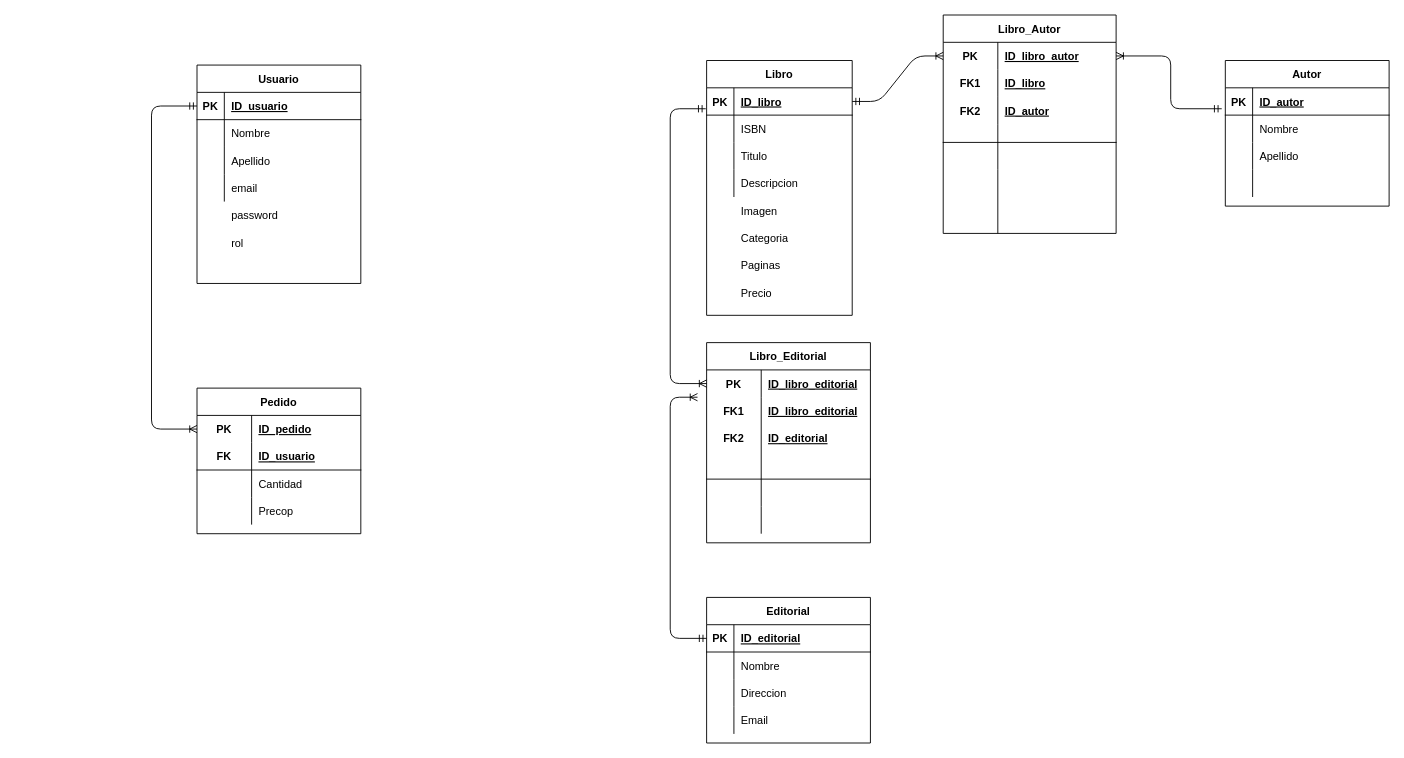
Earlier version of the draw.io diagram test.drawio (matiaspereyra123/libreria-osias). Source tidied: cells renumbered, new cells numbered last; positions are measured from the earlier drawing's top-left corner, leaving out a move shared by most shapes. Both pictures are drawn from the tidied source at 91%, with x=0, y=0 at pixel (151, 15).
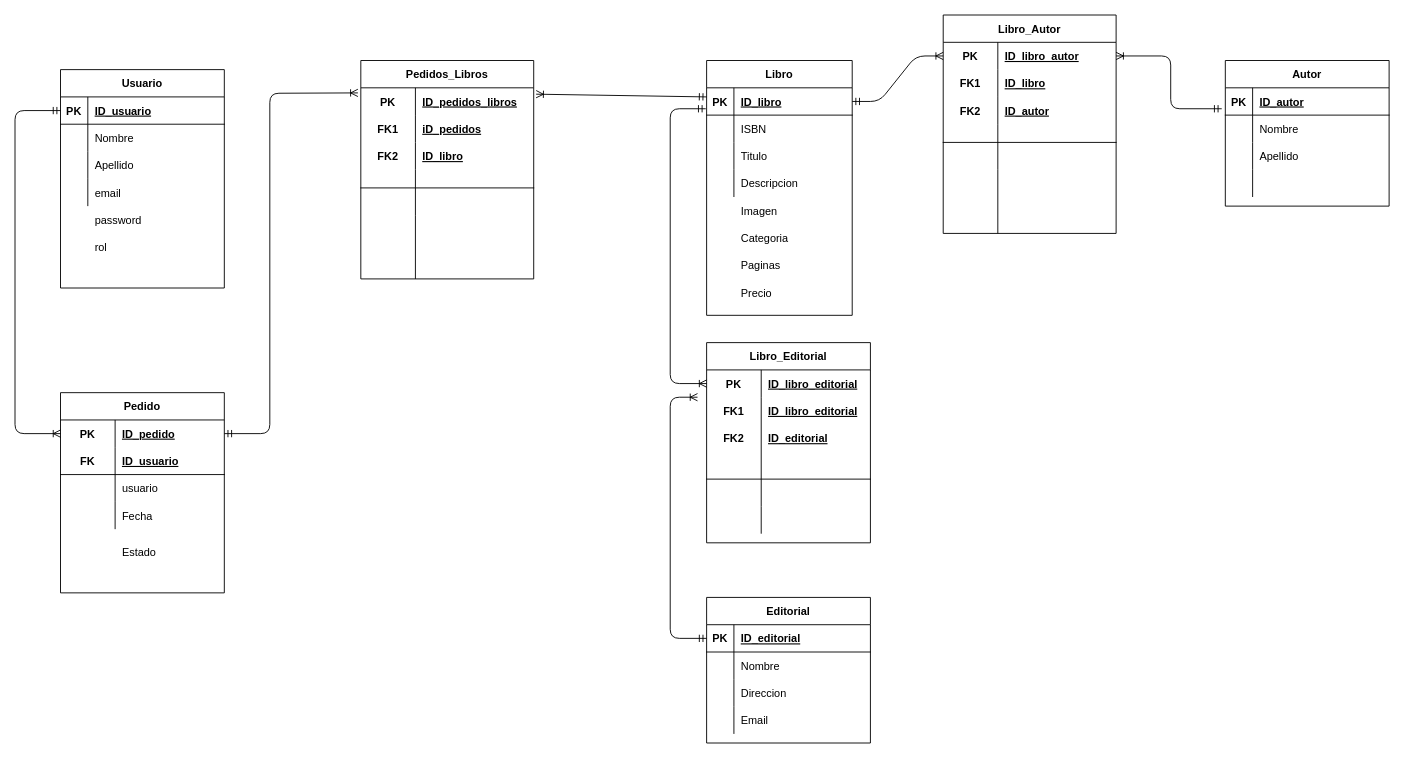
The same diagram, later.

Commit message:
Diagrama entidad relacion

The change refers to these unchanged cells:
```xml
<mxCell id="83" style="shape=partialRectangle;fillColor=none;top=0;left=0;bottom=1;right=0;points=[[0,0.5],[1,0.5]];portConstraint=eastwest;" parent="82" vertex="1">
  <mxGeometry y="30" width="180" height="30" as="geometry" />
</mxCell>
<mxCell id="102" style="shape=partialRectangle;fillColor=none;top=0;left=0;bottom=0;right=0;points=[[0,0.5],[1,0.5]];portConstraint=eastwest;" parent="101" vertex="1">
  <mxGeometry y="30" width="180" height="30" as="geometry" />
</mxCell>
<mxCell id="108" style="shape=partialRectangle;fillColor=none;top=0;left=0;bottom=0;right=0;" parent="101" vertex="1">
  <mxGeometry y="90" width="180" height="30" as="geometry" />
</mxCell>
<mxCell id="111" style="shape=partialRectangle;fillColor=none;top=0;left=0;bottom=0;right=0;" parent="101" vertex="1">
  <mxGeometry y="120" width="180" height="30" as="geometry" />
</mxCell>
```

Change to the diagram source:
```diff
@@
     <mxCell id="82" value="Usuario" style="shape=table;startSize=30;childLayout=tableLayout;rowLines=0;fontStyle=1;align=center;" parent="1" vertex="1">
-      <mxGeometry x="50" y="55" width="180" height="240" as="geometry" />
+      <mxGeometry x="-100" y="60" width="180" height="240" as="geometry" />
     </mxCell>
@@
     <mxCell id="95" style="shape=partialRectangle;fillColor=none;top=0;left=0;bottom=0;right=0;" parent="1" vertex="1">
-      <mxGeometry x="50" y="205" width="180" height="30" as="geometry" />
+      <mxGeometry x="-100" y="210" width="180" height="30" as="geometry" />
     </mxCell>
@@
     <mxCell id="98" style="shape=partialRectangle;fillColor=none;top=0;left=0;bottom=0;right=0;" parent="1" vertex="1">
-      <mxGeometry x="50" y="235" width="180" height="30" as="geometry" />
+      <mxGeometry x="-100" y="240" width="180" height="30" as="geometry" />
     </mxCell>
@@
     <mxCell id="101" value="Pedido" style="shape=table;startSize=30;childLayout=tableLayout;rowLines=0;fontStyle=1;align=center;" parent="1" vertex="1">
-      <mxGeometry x="50" y="410" width="180" height="160" as="geometry" />
+      <mxGeometry x="-100" y="415" width="180" height="220" as="geometry" />
     </mxCell>
@@
-    <mxCell id="110" value="Cantidad" style="shape=partialRectangle;fillColor=none;top=0;left=0;bottom=0;right=0;align=left;spacingLeft=6;overflow=hidden;" parent="108" vertex="1">
+    <mxCell id="110" value="usuario" style="shape=partialRectangle;fillColor=none;top=0;left=0;bottom=0;right=0;align=left;spacingLeft=6;overflow=hidden;" parent="108" vertex="1">
       <mxGeometry x="60" width="120" height="30" as="geometry" />
     </mxCell>
@@
-    <mxCell id="113" value="Precop" style="shape=partialRectangle;fillColor=none;top=0;left=0;bottom=0;right=0;align=left;spacingLeft=6;overflow=hidden;" parent="111" vertex="1">
+    <mxCell id="113" value="Fecha" style="shape=partialRectangle;fillColor=none;top=0;left=0;bottom=0;right=0;align=left;spacingLeft=6;overflow=hidden;" parent="111" vertex="1">
       <mxGeometry x="60" width="120" height="30" as="geometry" />
     </mxCell>
     <mxCell id="114" style="fontSize=12;html=1;endArrow=ERoneToMany;startArrow=ERmandOne;entryX=0;entryY=0.5;entryDx=0;entryDy=0;exitX=0;exitY=0.5;exitDx=0;exitDy=0;" parent="1" edge="1" source="83" target="102">
       <mxGeometry relative="1" as="geometry">
         <Array as="points">
-          <mxPoint y="100" />
-          <mxPoint y="455" />
+          <mxPoint x="-150" y="105" />
+          <mxPoint x="-150" y="460" />
         </Array>
       </mxGeometry>
     </mxCell>
@@
+    <mxCell id="116" value="Estado" style="shape=partialRectangle;fillColor=none;top=0;left=0;bottom=0;right=0;align=left;spacingLeft=6;overflow=hidden;" parent="1" vertex="1">
+      <mxGeometry x="-40" y="575" width="120" height="30" as="geometry" />
+    </mxCell>
+    <mxCell id="117" value="Pedidos_Libros" style="shape=table;startSize=30;childLayout=tableLayout;rowLines=0;fontStyle=1;align=center;" parent="1" vertex="1">
+      <mxGeometry x="230" y="50" width="190" height="240" as="geometry" />
+    </mxCell>
+    <mxCell id="118" style="shape=partialRectangle;fillColor=none;top=0;left=0;bottom=0;right=0;points=[[0,0.5],[1,0.5]];portConstraint=eastwest;" parent="117" vertex="1">
+      <mxGeometry y="30" width="190" height="30" as="geometry" />
+    </mxCell>
+    <mxCell id="119" value="PK" style="shape=partialRectangle;fillColor=none;top=0;left=0;bottom=0;right=0;fontStyle=1;overflow=hidden;" parent="118" vertex="1">
+      <mxGeometry width="60" height="30" as="geometry" />
+    </mxCell>
+    <mxCell id="120" value="ID_pedidos_libros" style="shape=partialRectangle;fillColor=none;top=0;left=0;bottom=0;right=0;align=left;spacingLeft=6;fontStyle=5;overflow=hidden;" parent="118" vertex="1">
+      <mxGeometry x="60" width="130" height="30" as="geometry" />
+    </mxCell>
+    <mxCell id="121" style="shape=partialRectangle;fillColor=none;top=0;left=0;bottom=0;right=0;" parent="117" vertex="1">
+      <mxGeometry y="60" width="190" height="30" as="geometry" />
+    </mxCell>
+    <mxCell id="122" value="FK1" style="shape=partialRectangle;fillColor=none;top=0;left=0;bottom=0;right=0;fontStyle=1;overflow=hidden;" parent="121" vertex="1">
+      <mxGeometry width="60" height="30" as="geometry" />
+    </mxCell>
+    <mxCell id="123" value="iD_pedidos" style="shape=partialRectangle;fillColor=none;top=0;left=0;bottom=0;right=0;align=left;spacingLeft=6;fontStyle=5;overflow=hidden;" parent="121" vertex="1">
+      <mxGeometry x="60" width="130" height="30" as="geometry" />
+    </mxCell>
+    <mxCell id="124" style="shape=partialRectangle;fillColor=none;top=0;left=0;bottom=0;right=0;" parent="117" vertex="1">
+      <mxGeometry y="90" width="190" height="30" as="geometry" />
+    </mxCell>
+    <mxCell id="125" value="FK2" style="shape=partialRectangle;fillColor=none;top=0;left=0;bottom=0;right=0;fontStyle=1;overflow=hidden;" parent="124" vertex="1">
+      <mxGeometry width="60" height="30" as="geometry" />
+    </mxCell>
+    <mxCell id="126" value="ID_libro" style="shape=partialRectangle;fillColor=none;top=0;left=0;bottom=0;right=0;align=left;spacingLeft=6;fontStyle=5;overflow=hidden;" parent="124" vertex="1">
+      <mxGeometry x="60" width="130" height="30" as="geometry" />
+    </mxCell>
+    <mxCell id="127" style="shape=partialRectangle;fillColor=none;top=0;left=0;bottom=1;right=0;" parent="117" vertex="1">
+      <mxGeometry y="120" width="190" height="20" as="geometry" />
+    </mxCell>
+    <mxCell id="128" style="shape=partialRectangle;fillColor=none;top=0;left=0;bottom=0;right=0;fontStyle=1;overflow=hidden;" parent="127" vertex="1">
+      <mxGeometry width="60" height="20" as="geometry" />
+    </mxCell>
+    <mxCell id="129" style="shape=partialRectangle;fillColor=none;top=0;left=0;bottom=0;right=0;align=left;spacingLeft=6;fontStyle=5;overflow=hidden;" parent="127" vertex="1">
+      <mxGeometry x="60" width="130" height="20" as="geometry" />
+    </mxCell>
+    <mxCell id="130" style="shape=partialRectangle;fillColor=none;top=0;left=0;bottom=0;right=0;" parent="117" vertex="1">
+      <mxGeometry y="140" width="190" height="30" as="geometry" />
+    </mxCell>
+    <mxCell id="131" style="shape=partialRectangle;fillColor=none;top=0;left=0;bottom=0;right=0;overflow=hidden;" parent="130" vertex="1">
+      <mxGeometry width="60" height="30" as="geometry" />
+    </mxCell>
+    <mxCell id="132" style="shape=partialRectangle;fillColor=none;top=0;left=0;bottom=0;right=0;align=left;spacingLeft=6;overflow=hidden;" parent="130" vertex="1">
+      <mxGeometry x="60" width="130" height="30" as="geometry" />
+    </mxCell>
+    <mxCell id="133" style="shape=partialRectangle;fillColor=none;top=0;left=0;bottom=0;right=0;" parent="117" vertex="1">
+      <mxGeometry y="170" width="190" height="70" as="geometry" />
+    </mxCell>
+    <mxCell id="134" style="shape=partialRectangle;fillColor=none;top=0;left=0;bottom=0;right=0;overflow=hidden;" parent="133" vertex="1">
+      <mxGeometry width="60" height="70" as="geometry" />
+    </mxCell>
+    <mxCell id="135" style="shape=partialRectangle;fillColor=none;top=0;left=0;bottom=0;right=0;align=left;spacingLeft=6;overflow=hidden;" parent="133" vertex="1">
+      <mxGeometry x="60" width="130" height="70" as="geometry" />
+    </mxCell>
+    <mxCell id="136" style="fontSize=12;html=1;endArrow=ERoneToMany;startArrow=ERmandOne;entryX=1.014;entryY=0.233;entryDx=0;entryDy=0;entryPerimeter=0;" parent="1" edge="1" target="118">
+      <mxGeometry relative="1" as="geometry">
+        <mxPoint x="610" y="90" as="sourcePoint" />
+      </mxGeometry>
+    </mxCell>
+    <mxCell id="137" style="fontSize=12;html=1;endArrow=ERoneToMany;startArrow=ERmandOne;exitX=1;exitY=0.5;exitDx=0;exitDy=0;entryX=-0.017;entryY=0.186;entryDx=0;entryDy=0;entryPerimeter=0;" parent="1" edge="1" source="102" target="118">
+      <mxGeometry relative="1" as="geometry">
+        <Array as="points">
+          <mxPoint x="130" y="460" />
+          <mxPoint x="130" y="86" />
+        </Array>
+      </mxGeometry>
+    </mxCell>
```
